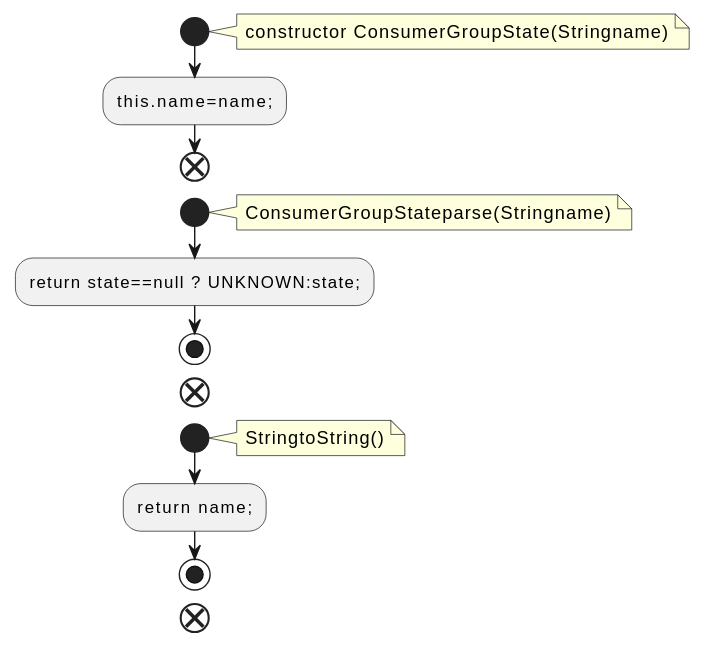
Above: docs/qc/clients/src/main/java/org/apache/kafka/common/ConsumerGroupState.java.fct.svg in qualitesys/kafka (PlantUML), before the change.
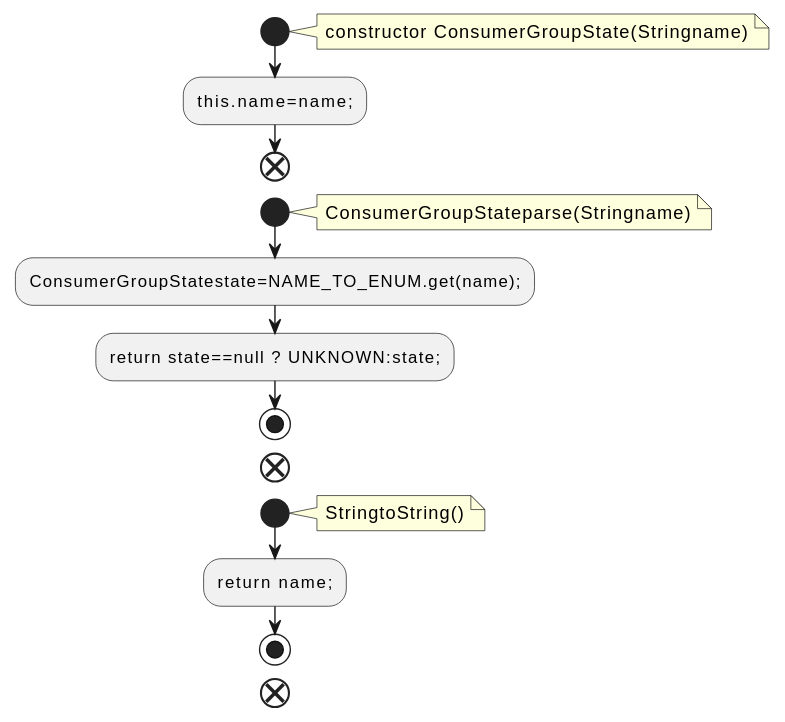
After the change.

The edit, as a diff of the source:
```diff
@@ -10,6 +10,7 @@
 note right
 ConsumerGroupStateparse(Stringname)
 end note
+:ConsumerGroupStatestate=NAME_TO_ENUM.get(name);;
 :return state==null ? UNKNOWN:state;;
 stop
 end
```
